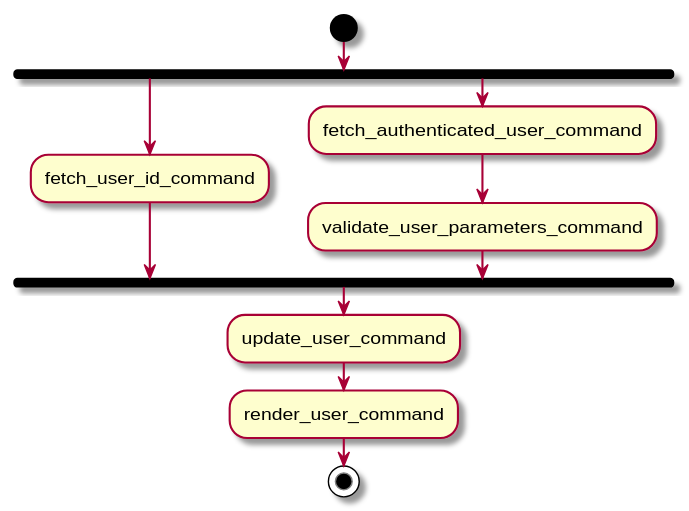
Earlier version of the PlantUML export build/uml/user_put_controller.svg (arpb2/C-3PO).
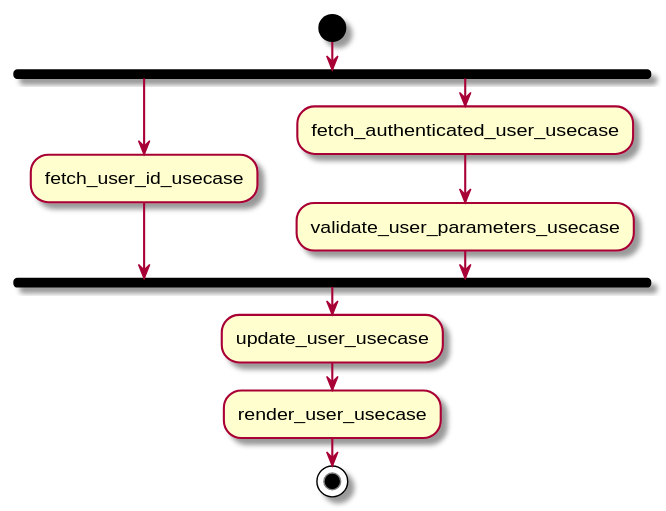
Later version of the same file.

The edit, as a diff of the source:
```diff
@@ -1,12 +1,12 @@
 @startuml
 start
 fork
-:fetch_user_id_command;
+:fetch_user_id_usecase;
 fork again
-:fetch_authenticated_user_command;
-:validate_user_parameters_command;
+:fetch_authenticated_user_usecase;
+:validate_user_parameters_usecase;
 end fork
-:update_user_command;
-:render_user_command;
+:update_user_usecase;
+:render_user_usecase;
 stop
 @enduml
```
